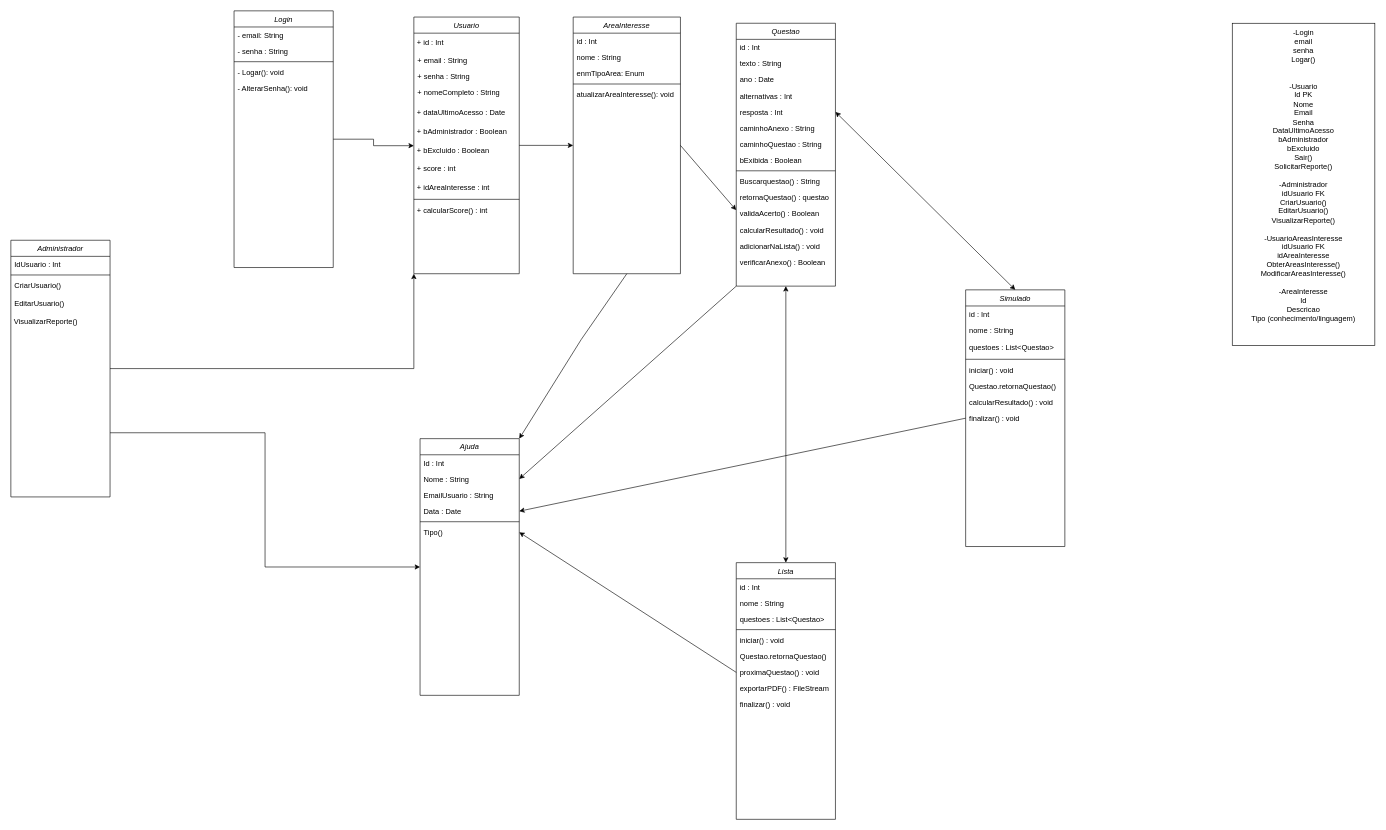
Earlier version of the draw.io diagram QENEM UML Diagram.drawio (augustorazani/QENEM-UML-Diagram). Source tidied: cells renumbered, new cells numbered last; positions are measured from the earlier drawing's top-left corner, leaving out a move shared by most shapes. Both pictures are drawn from the tidied source at 62%, with x=0, y=0 at pixel (11, 11).
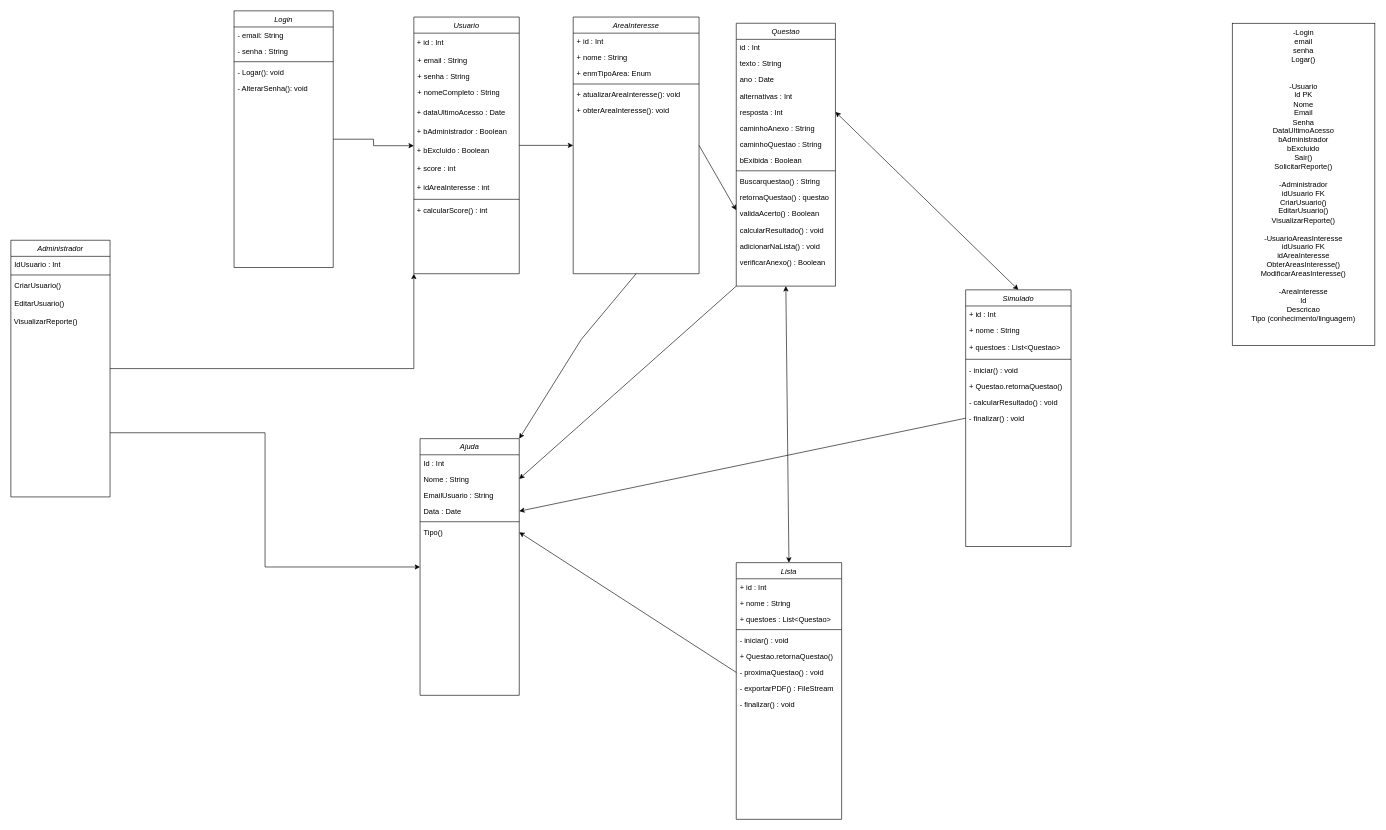
The same diagram, later.

What changed in the source:
```diff
@@
     <mxCell id="31" value="Lista" style="swimlane;fontStyle=2;align=center;verticalAlign=top;horizontal=1;startSize=26;rounded=0;shadow=0;strokeWidth=1;" parent="1" vertex="1">
-      <mxGeometry x="1170" y="890" width="160" height="414" as="geometry" />
+      <mxGeometry x="1170" y="890" width="170" height="414" as="geometry" />
     </mxCell>
-    <mxCell id="32" value="id : Int" style="text;align=left;verticalAlign=top;spacingLeft=4;spacingRight=4;overflow=hidden;" parent="31" vertex="1">
-      <mxGeometry y="26" width="160" height="26" as="geometry" />
+    <mxCell id="32" value="+ id : Int" style="text;align=left;verticalAlign=top;spacingLeft=4;spacingRight=4;overflow=hidden;" parent="31" vertex="1">
+      <mxGeometry y="26" width="170" height="26" as="geometry" />
     </mxCell>
-    <mxCell id="33" value="nome : String" style="text;align=left;verticalAlign=top;spacingLeft=4;spacingRight=4;overflow=hidden;rounded=0;shadow=0;html=0;" parent="31" vertex="1">
-      <mxGeometry y="52" width="160" height="26" as="geometry" />
+    <mxCell id="33" value="+ nome : String" style="text;align=left;verticalAlign=top;spacingLeft=4;spacingRight=4;overflow=hidden;rounded=0;shadow=0;html=0;" parent="31" vertex="1">
+      <mxGeometry y="52" width="170" height="26" as="geometry" />
     </mxCell>
-    <mxCell id="34" value="questoes : List&lt;Questao&gt;" style="text;align=left;verticalAlign=top;spacingLeft=4;spacingRight=4;overflow=hidden;rounded=0;shadow=0;html=0;" parent="31" vertex="1">
-      <mxGeometry y="78" width="160" height="26" as="geometry" />
+    <mxCell id="34" value="+ questoes : List&lt;Questao&gt;" style="text;align=left;verticalAlign=top;spacingLeft=4;spacingRight=4;overflow=hidden;rounded=0;shadow=0;html=0;" parent="31" vertex="1">
+      <mxGeometry y="78" width="170" height="26" as="geometry" />
     </mxCell>
     <mxCell id="35" style="line;html=1;strokeWidth=1;align=left;verticalAlign=middle;spacingTop=-1;spacingLeft=3;spacingRight=3;labelPosition=right;" parent="31" vertex="1">
-      <mxGeometry y="104" width="160" height="8" as="geometry" />
+      <mxGeometry y="104" width="170" height="8" as="geometry" />
     </mxCell>
-    <mxCell id="36" value="iniciar() : void" style="text;align=left;verticalAlign=top;spacingLeft=4;spacingRight=4;overflow=hidden;" parent="31" vertex="1">
-      <mxGeometry y="112" width="160" height="26" as="geometry" />
+    <mxCell id="36" value="- iniciar() : void" style="text;align=left;verticalAlign=top;spacingLeft=4;spacingRight=4;overflow=hidden;" parent="31" vertex="1">
+      <mxGeometry y="112" width="170" height="26" as="geometry" />
     </mxCell>
-    <mxCell id="37" value="Questao.retornaQuestao()" style="text;align=left;verticalAlign=top;spacingLeft=4;spacingRight=4;overflow=hidden;" parent="31" vertex="1">
-      <mxGeometry y="138" width="160" height="26" as="geometry" />
+    <mxCell id="37" value="+ Questao.retornaQuestao()" style="text;align=left;verticalAlign=top;spacingLeft=4;spacingRight=4;overflow=hidden;" parent="31" vertex="1">
+      <mxGeometry y="138" width="170" height="26" as="geometry" />
     </mxCell>
-    <mxCell id="38" value="proximaQuestao() : void" style="text;align=left;verticalAlign=top;spacingLeft=4;spacingRight=4;overflow=hidden;points=[[0,0.5],[1,0.5]];portConstraint=eastwest;" parent="31" vertex="1">
-      <mxGeometry y="164" width="160" height="26" as="geometry" />
+    <mxCell id="38" value="- proximaQuestao() : void" style="text;align=left;verticalAlign=top;spacingLeft=4;spacingRight=4;overflow=hidden;points=[[0,0.5],[1,0.5]];portConstraint=eastwest;" parent="31" vertex="1">
+      <mxGeometry y="164" width="170" height="26" as="geometry" />
     </mxCell>
-    <mxCell id="39" value="exportarPDF() : FileStream" style="text;align=left;verticalAlign=top;spacingLeft=4;spacingRight=4;overflow=hidden;" parent="31" vertex="1">
-      <mxGeometry y="190" width="160" height="26" as="geometry" />
+    <mxCell id="39" value="- exportarPDF() : FileStream" style="text;align=left;verticalAlign=top;spacingLeft=4;spacingRight=4;overflow=hidden;" parent="31" vertex="1">
+      <mxGeometry y="190" width="170" height="26" as="geometry" />
     </mxCell>
-    <mxCell id="40" value="finalizar() : void" style="text;align=left;verticalAlign=top;spacingLeft=4;spacingRight=4;overflow=hidden;" parent="31" vertex="1">
-      <mxGeometry y="216" width="160" height="26" as="geometry" />
+    <mxCell id="40" value="- finalizar() : void" style="text;align=left;verticalAlign=top;spacingLeft=4;spacingRight=4;overflow=hidden;" parent="31" vertex="1">
+      <mxGeometry y="216" width="170" height="26" as="geometry" />
     </mxCell>
     <mxCell id="41" value="Simulado" style="swimlane;fontStyle=2;align=center;verticalAlign=top;horizontal=1;startSize=26;rounded=0;shadow=0;strokeWidth=1;" parent="1" vertex="1">
-      <mxGeometry x="1540" y="450" width="160" height="414" as="geometry" />
+      <mxGeometry x="1540" y="450" width="170" height="414" as="geometry" />
     </mxCell>
-    <mxCell id="42" value="id : Int" style="text;align=left;verticalAlign=top;spacingLeft=4;spacingRight=4;overflow=hidden;" parent="41" vertex="1">
-      <mxGeometry y="26" width="160" height="26" as="geometry" />
+    <mxCell id="42" value="+ id : Int" style="text;align=left;verticalAlign=top;spacingLeft=4;spacingRight=4;overflow=hidden;" parent="41" vertex="1">
+      <mxGeometry y="26" width="170" height="26" as="geometry" />
     </mxCell>
-    <mxCell id="43" value="nome : String" style="text;align=left;verticalAlign=top;spacingLeft=4;spacingRight=4;overflow=hidden;rounded=0;shadow=0;html=0;" parent="41" vertex="1">
-      <mxGeometry y="52" width="160" height="28" as="geometry" />
+    <mxCell id="43" value="+ nome : String" style="text;align=left;verticalAlign=top;spacingLeft=4;spacingRight=4;overflow=hidden;rounded=0;shadow=0;html=0;" parent="41" vertex="1">
+      <mxGeometry y="52" width="170" height="28" as="geometry" />
     </mxCell>
-    <mxCell id="44" value="questoes : List&lt;Questao&gt;" style="text;align=left;verticalAlign=top;spacingLeft=4;spacingRight=4;overflow=hidden;rounded=0;shadow=0;html=0;" parent="41" vertex="1">
-      <mxGeometry y="80" width="160" height="28" as="geometry" />
+    <mxCell id="44" value="+ questoes : List&lt;Questao&gt;" style="text;align=left;verticalAlign=top;spacingLeft=4;spacingRight=4;overflow=hidden;rounded=0;shadow=0;html=0;" parent="41" vertex="1">
+      <mxGeometry y="80" width="170" height="28" as="geometry" />
     </mxCell>
     <mxCell id="45" style="line;html=1;strokeWidth=1;align=left;verticalAlign=middle;spacingTop=-1;spacingLeft=3;spacingRight=3;labelPosition=right;" parent="41" vertex="1">
-      <mxGeometry y="108" width="160" height="8" as="geometry" />
+      <mxGeometry y="108" width="170" height="8" as="geometry" />
     </mxCell>
-    <mxCell id="46" value="iniciar() : void" style="text;align=left;verticalAlign=top;spacingLeft=4;spacingRight=4;overflow=hidden;" parent="41" vertex="1">
-      <mxGeometry y="116" width="160" height="26" as="geometry" />
+    <mxCell id="46" value="- iniciar() : void" style="text;align=left;verticalAlign=top;spacingLeft=4;spacingRight=4;overflow=hidden;" parent="41" vertex="1">
+      <mxGeometry y="116" width="170" height="26" as="geometry" />
     </mxCell>
-    <mxCell id="47" value="Questao.retornaQuestao()" style="text;align=left;verticalAlign=top;spacingLeft=4;spacingRight=4;overflow=hidden;" parent="41" vertex="1">
-      <mxGeometry y="142" width="160" height="26" as="geometry" />
+    <mxCell id="47" value="+ Questao.retornaQuestao()" style="text;align=left;verticalAlign=top;spacingLeft=4;spacingRight=4;overflow=hidden;" parent="41" vertex="1">
+      <mxGeometry y="142" width="170" height="26" as="geometry" />
     </mxCell>
-    <mxCell id="48" value="calcularResultado() : void" style="text;align=left;verticalAlign=top;spacingLeft=4;spacingRight=4;overflow=hidden;" parent="41" vertex="1">
-      <mxGeometry y="168" width="160" height="26" as="geometry" />
+    <mxCell id="48" value="- calcularResultado() : void" style="text;align=left;verticalAlign=top;spacingLeft=4;spacingRight=4;overflow=hidden;" parent="41" vertex="1">
+      <mxGeometry y="168" width="170" height="26" as="geometry" />
     </mxCell>
-    <mxCell id="49" value="finalizar() : void" style="text;align=left;verticalAlign=top;spacingLeft=4;spacingRight=4;overflow=hidden;" parent="41" vertex="1">
-      <mxGeometry y="194" width="160" height="26" as="geometry" />
+    <mxCell id="49" value="- finalizar() : void" style="text;align=left;verticalAlign=top;spacingLeft=4;spacingRight=4;overflow=hidden;" parent="41" vertex="1">
+      <mxGeometry y="194" width="170" height="26" as="geometry" />
     </mxCell>
@@
     <mxCell id="66" value="AreaInteresse" style="swimlane;fontStyle=2;align=center;verticalAlign=top;horizontal=1;startSize=26;rounded=0;shadow=0;strokeWidth=1;" parent="1" vertex="1">
-      <mxGeometry x="907" y="10" width="173" height="414" as="geometry" />
+      <mxGeometry x="907" y="10" width="203" height="414" as="geometry" />
     </mxCell>
-    <mxCell id="67" value="id : Int" style="text;align=left;verticalAlign=top;spacingLeft=4;spacingRight=4;overflow=hidden;" parent="66" vertex="1">
-      <mxGeometry y="26" width="173" height="26" as="geometry" />
+    <mxCell id="67" value="+ id : Int" style="text;align=left;verticalAlign=top;spacingLeft=4;spacingRight=4;overflow=hidden;" parent="66" vertex="1">
+      <mxGeometry y="26" width="203" height="26" as="geometry" />
     </mxCell>
-    <mxCell id="68" value="nome : String" style="text;align=left;verticalAlign=top;spacingLeft=4;spacingRight=4;overflow=hidden;rounded=0;shadow=0;html=0;" parent="66" vertex="1">
-      <mxGeometry y="52" width="173" height="26" as="geometry" />
+    <mxCell id="68" value="+ nome : String" style="text;align=left;verticalAlign=top;spacingLeft=4;spacingRight=4;overflow=hidden;rounded=0;shadow=0;html=0;" parent="66" vertex="1">
+      <mxGeometry y="52" width="203" height="26" as="geometry" />
     </mxCell>
-    <mxCell id="69" value="enmTipoArea: Enum" style="text;align=left;verticalAlign=top;spacingLeft=4;spacingRight=4;overflow=hidden;rounded=0;shadow=0;html=0;" parent="66" vertex="1">
-      <mxGeometry y="78" width="173" height="26" as="geometry" />
+    <mxCell id="69" value="+ enmTipoArea: Enum" style="text;align=left;verticalAlign=top;spacingLeft=4;spacingRight=4;overflow=hidden;rounded=0;shadow=0;html=0;" parent="66" vertex="1">
+      <mxGeometry y="78" width="203" height="26" as="geometry" />
     </mxCell>
     <mxCell id="70" style="line;html=1;strokeWidth=1;align=left;verticalAlign=middle;spacingTop=-1;spacingLeft=3;spacingRight=3;labelPosition=right;" parent="66" vertex="1">
-      <mxGeometry y="104" width="173" height="8" as="geometry" />
+      <mxGeometry y="104" width="203" height="8" as="geometry" />
     </mxCell>
-    <mxCell id="71" value="atualizarAreaInteresse(): void" style="text;align=left;verticalAlign=top;spacingLeft=4;spacingRight=4;overflow=hidden;" parent="66" vertex="1">
-      <mxGeometry y="112" width="173" height="26" as="geometry" />
+    <mxCell id="71" value="+ atualizarAreaInteresse(): void" style="text;align=left;verticalAlign=top;spacingLeft=4;spacingRight=4;overflow=hidden;" parent="66" vertex="1">
+      <mxGeometry y="112" width="203" height="26" as="geometry" />
     </mxCell>
+    <mxCell id="86" value="+ obterAreaInteresse(): void" style="text;align=left;verticalAlign=top;spacingLeft=4;spacingRight=4;overflow=hidden;" parent="66" vertex="1">
+      <mxGeometry y="138" width="203" height="26" as="geometry" />
+    </mxCell>
```
